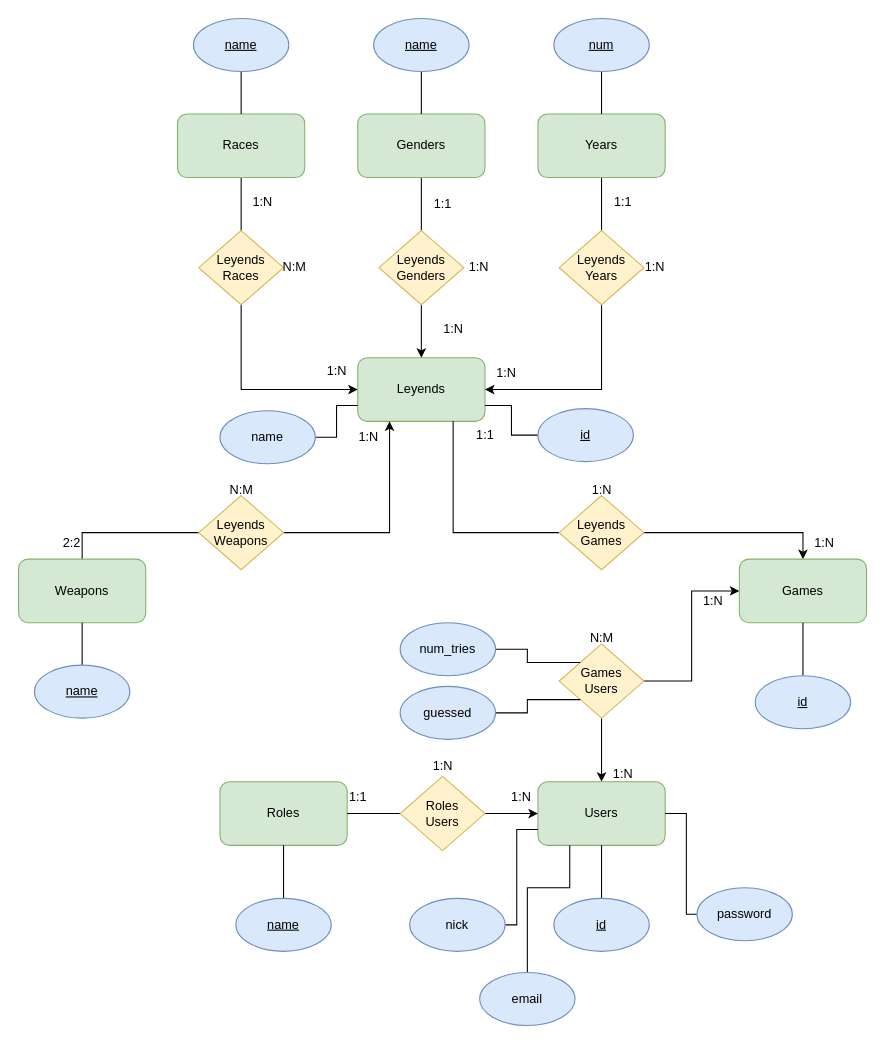
This is SQL/Diagram/Entity–relationship.drawio from Angel-L-G/Brawdle, a draw.io file, before an edit. Source tidied: cells renumbered, new cells numbered last; positions are measured from the earlier drawing's top-left corner, leaving out a move shared by most shapes. Both pictures are drawn from the tidied source at 106%, with x=0, y=0 at pixel (18, 18).
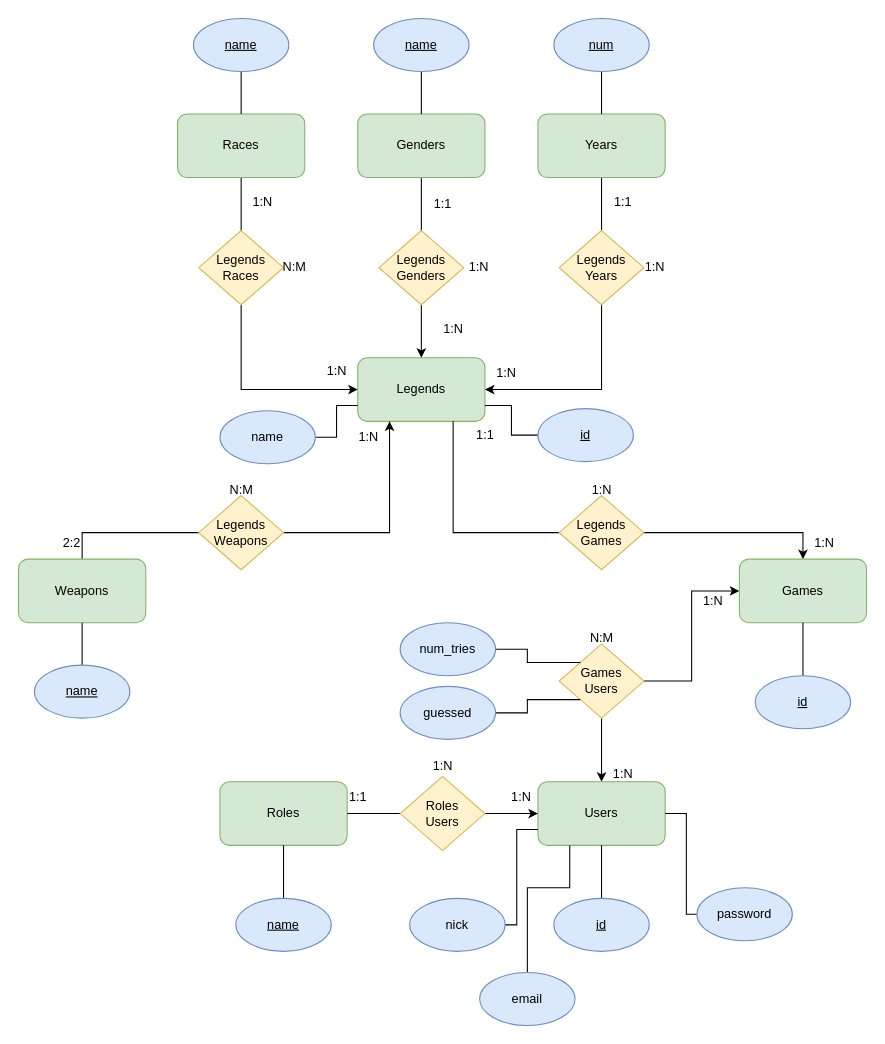
The same page after the edit.

Commit message:
fix: fixed so that legends can have more than one race #4

What changed in the source:
```diff
@@
-    <mxCell id="3" value="Leyends" style="rounded=1;whiteSpace=wrap;html=1;fillColor=#d5e8d4;strokeColor=#82b366;" parent="1" vertex="1">
+    <mxCell id="3" value="Legends" style="rounded=1;whiteSpace=wrap;html=1;fillColor=#d5e8d4;strokeColor=#82b366;" parent="1" vertex="1">
       <mxGeometry x="320" y="320" width="120" height="60" as="geometry" />
     </mxCell>
@@
-    <mxCell id="6" value="Leyends&lt;br&gt;Genders" style="rhombus;whiteSpace=wrap;html=1;fillColor=#fff2cc;strokeColor=#d6b656;" parent="1" vertex="1">
+    <mxCell id="6" value="Legends&lt;br&gt;Genders" style="rhombus;whiteSpace=wrap;html=1;fillColor=#fff2cc;strokeColor=#d6b656;" parent="1" vertex="1">
       <mxGeometry x="340" y="200" width="80" height="70" as="geometry" />
     </mxCell>
@@
-    <mxCell id="11" value="Leyends&lt;br&gt;Races" style="rhombus;whiteSpace=wrap;html=1;fillColor=#fff2cc;strokeColor=#d6b656;" parent="1" vertex="1">
+    <mxCell id="11" value="Legends&lt;br&gt;Races" style="rhombus;whiteSpace=wrap;html=1;fillColor=#fff2cc;strokeColor=#d6b656;" parent="1" vertex="1">
       <mxGeometry x="170" y="200" width="80" height="70" as="geometry" />
     </mxCell>
@@
-    <mxCell id="19" value="Leyends&lt;br&gt;Years" style="rhombus;whiteSpace=wrap;html=1;fillColor=#fff2cc;strokeColor=#d6b656;" parent="1" vertex="1">
+    <mxCell id="19" value="Legends&lt;br&gt;Years" style="rhombus;whiteSpace=wrap;html=1;fillColor=#fff2cc;strokeColor=#d6b656;" parent="1" vertex="1">
       <mxGeometry x="510" y="200" width="80" height="70" as="geometry" />
     </mxCell>
@@
-    <mxCell id="26" value="Leyends&lt;br&gt;Weapons" style="rhombus;whiteSpace=wrap;html=1;fillColor=#fff2cc;strokeColor=#d6b656;" parent="1" vertex="1">
+    <mxCell id="26" value="Legends&lt;br&gt;Weapons" style="rhombus;whiteSpace=wrap;html=1;fillColor=#fff2cc;strokeColor=#d6b656;" parent="1" vertex="1">
       <mxGeometry x="170" y="450" width="80" height="70" as="geometry" />
     </mxCell>
@@
-    <mxCell id="32" value="Leyends&lt;br&gt;Games" style="rhombus;whiteSpace=wrap;html=1;fillColor=#fff2cc;strokeColor=#d6b656;" parent="1" vertex="1">
+    <mxCell id="32" value="Legends&lt;br&gt;Games" style="rhombus;whiteSpace=wrap;html=1;fillColor=#fff2cc;strokeColor=#d6b656;" parent="1" vertex="1">
       <mxGeometry x="510" y="450" width="80" height="70" as="geometry" />
     </mxCell>
```
